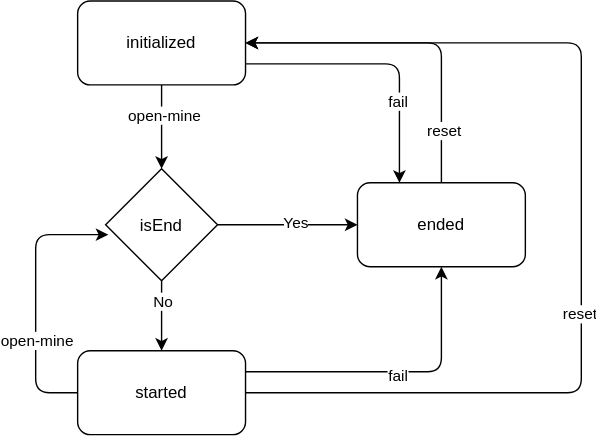
This is src/components/mine-field.statemacine.drawio.svg from kazumatu981/minesweeper, a draw.io export, as it was before one commit. Source tidied: cells renumbered, new cells last; positions are measured from the earlier drawing's top-left corner, leaving out a move shared by most shapes. Source of this version:
```xml
<mxGraphModel>
  <root>
    <mxCell id="0" />
    <mxCell id="1" parent="0" />
    <mxCell id="2" style="edgeStyle=none;html=1;entryX=1;entryY=0.5;entryDx=0;entryDy=0;" parent="1" edge="1" source="6" target="11">
      <mxGeometry relative="1" as="geometry">
        <Array as="points">
          <mxPoint x="390" y="280" />
          <mxPoint x="390" y="30" />
        </Array>
      </mxGeometry>
    </mxCell>
    <mxCell id="3" value="reset" style="edgeLabel;html=1;align=center;verticalAlign=middle;" parent="2" vertex="1">
      <mxGeometry x="-0.19" y="2" relative="1" as="geometry" />
    </mxCell>
    <mxCell id="4" style="edgeStyle=none;html=1;exitX=1;exitY=0.25;exitDx=0;exitDy=0;entryX=0.5;entryY=1;entryDx=0;entryDy=0;" parent="1" edge="1" source="6" target="14">
      <mxGeometry relative="1" as="geometry">
        <Array as="points">
          <mxPoint x="290" y="265" />
        </Array>
      </mxGeometry>
    </mxCell>
    <mxCell id="5" value="fail" style="edgeLabel;html=1;align=center;verticalAlign=middle;" parent="4" vertex="1">
      <mxGeometry y="-2" relative="1" as="geometry" />
    </mxCell>
    <mxCell id="6" value="started" style="rounded=1;whiteSpace=wrap;html=1;roundedPerimeter=1;" parent="1" vertex="1">
      <mxGeometry x="30" y="250" width="120" height="60" as="geometry" />
    </mxCell>
    <mxCell id="7" style="edgeStyle=none;html=1;entryX=0.5;entryY=0;entryDx=0;entryDy=0;" parent="1" edge="1" source="11" target="19">
      <mxGeometry relative="1" as="geometry" />
    </mxCell>
    <mxCell id="8" value="open-mine" style="edgeLabel;html=1;align=center;verticalAlign=middle;" parent="7" vertex="1">
      <mxGeometry x="-0.3" y="1" relative="1" as="geometry" />
    </mxCell>
    <mxCell id="9" style="edgeStyle=none;html=1;exitX=1;exitY=0.75;exitDx=0;exitDy=0;entryX=0.25;entryY=0;entryDx=0;entryDy=0;" parent="1" edge="1" source="11" target="14">
      <mxGeometry relative="1" as="geometry">
        <Array as="points">
          <mxPoint x="260" y="45" />
        </Array>
      </mxGeometry>
    </mxCell>
    <mxCell id="10" value="fail" style="edgeLabel;html=1;align=center;verticalAlign=middle;" parent="9" vertex="1">
      <mxGeometry x="0.39" y="-2" relative="1" as="geometry" />
    </mxCell>
    <mxCell id="11" value="initialized" style="rounded=1;whiteSpace=wrap;html=1;roundedPerimeter=1;" parent="1" vertex="1">
      <mxGeometry x="30" width="120" height="60" as="geometry" />
    </mxCell>
    <mxCell id="12" style="edgeStyle=none;html=1;entryX=1;entryY=0.5;entryDx=0;entryDy=0;" parent="1" edge="1" source="14" target="11">
      <mxGeometry relative="1" as="geometry">
        <Array as="points">
          <mxPoint x="290" y="30" />
        </Array>
      </mxGeometry>
    </mxCell>
    <mxCell id="13" value="reset" style="edgeLabel;html=1;align=center;verticalAlign=middle;" parent="12" vertex="1">
      <mxGeometry x="-0.68" y="-1" relative="1" as="geometry" />
    </mxCell>
    <mxCell id="14" value="ended" style="rounded=1;whiteSpace=wrap;html=1;roundedPerimeter=1;" parent="1" vertex="1">
      <mxGeometry x="230" y="130" width="120" height="60" as="geometry" />
    </mxCell>
    <mxCell id="15" style="edgeStyle=none;html=1;entryX=0.5;entryY=0;entryDx=0;entryDy=0;" parent="1" edge="1" source="19" target="6">
      <mxGeometry relative="1" as="geometry" />
    </mxCell>
    <mxCell id="16" value="No" style="edgeLabel;html=1;align=center;verticalAlign=middle;" parent="15" vertex="1">
      <mxGeometry x="-0.44" relative="1" as="geometry" />
    </mxCell>
    <mxCell id="17" style="edgeStyle=none;html=1;" parent="1" edge="1" source="19" target="14">
      <mxGeometry relative="1" as="geometry" />
    </mxCell>
    <mxCell id="18" value="Yes" style="edgeLabel;html=1;align=center;verticalAlign=middle;" parent="17" vertex="1">
      <mxGeometry x="0.1" y="2" relative="1" as="geometry" />
    </mxCell>
    <mxCell id="19" value="isEnd" style="rhombus;whiteSpace=wrap;html=1;shapeInside=1;" parent="1" vertex="1">
      <mxGeometry x="50" y="120" width="80" height="80" as="geometry" />
    </mxCell>
    <mxCell id="20" style="edgeStyle=none;html=1;entryX=0.025;entryY=0.588;entryDx=0;entryDy=0;entryPerimeter=0;" parent="1" edge="1" source="6" target="19">
      <mxGeometry relative="1" as="geometry">
        <Array as="points">
          <mxPoint y="280" />
          <mxPoint y="167" />
        </Array>
      </mxGeometry>
    </mxCell>
    <mxCell id="21" value="open-mine" style="edgeLabel;html=1;align=center;verticalAlign=middle;" parent="20" vertex="1">
      <mxGeometry x="-0.3" relative="1" as="geometry" />
    </mxCell>
  </root>
</mxGraphModel>
```
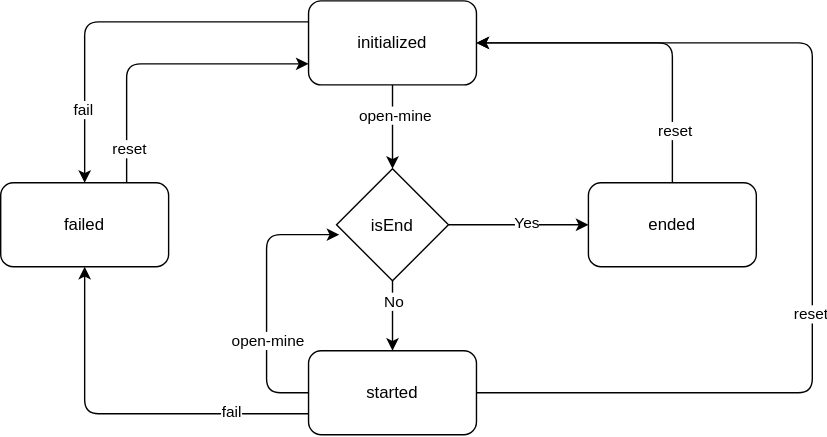
Later version of the same file.

What changed in the source:
```diff
@@ -13,15 +13,15 @@
     <mxCell id="3" value="reset" style="edgeLabel;html=1;align=center;verticalAlign=middle;" parent="2" vertex="1">
       <mxGeometry x="-0.19" y="2" relative="1" as="geometry" />
     </mxCell>
-    <mxCell id="4" style="edgeStyle=none;html=1;exitX=1;exitY=0.25;exitDx=0;exitDy=0;entryX=0.5;entryY=1;entryDx=0;entryDy=0;" parent="1" edge="1" source="6" target="14">
-      <mxGeometry relative="1" as="geometry">
+    <mxCell id="4" style="edgeStyle=none;html=1;exitX=0;exitY=0.75;exitDx=0;exitDy=0;" parent="1" edge="1" source="6" target="22">
+      <mxGeometry x="-0.58" relative="1" as="geometry">
         <Array as="points">
-          <mxPoint x="290" y="265" />
+          <mxPoint x="-130" y="295" />
         </Array>
       </mxGeometry>
     </mxCell>
     <mxCell id="5" value="fail" style="edgeLabel;html=1;align=center;verticalAlign=middle;" parent="4" vertex="1">
-      <mxGeometry y="-2" relative="1" as="geometry" />
+      <mxGeometry x="-0.58" y="-2" relative="1" as="geometry" />
     </mxCell>
     <mxCell id="6" value="started" style="rounded=1;whiteSpace=wrap;html=1;roundedPerimeter=1;" parent="1" vertex="1">
       <mxGeometry x="30" y="250" width="120" height="60" as="geometry" />
@@ -32,15 +32,15 @@
     <mxCell id="8" value="open-mine" style="edgeLabel;html=1;align=center;verticalAlign=middle;" parent="7" vertex="1">
       <mxGeometry x="-0.3" y="1" relative="1" as="geometry" />
     </mxCell>
-    <mxCell id="9" style="edgeStyle=none;html=1;exitX=1;exitY=0.75;exitDx=0;exitDy=0;entryX=0.25;entryY=0;entryDx=0;entryDy=0;" parent="1" edge="1" source="11" target="14">
-      <mxGeometry relative="1" as="geometry">
+    <mxCell id="9" style="edgeStyle=none;html=1;exitX=0;exitY=0.25;exitDx=0;exitDy=0;entryX=0.5;entryY=0;entryDx=0;entryDy=0;" parent="1" edge="1" source="11" target="22">
+      <mxGeometry x="-0.31" relative="1" as="geometry">
         <Array as="points">
-          <mxPoint x="260" y="45" />
+          <mxPoint x="-130" y="15" />
         </Array>
       </mxGeometry>
     </mxCell>
     <mxCell id="10" value="fail" style="edgeLabel;html=1;align=center;verticalAlign=middle;" parent="9" vertex="1">
-      <mxGeometry x="0.39" y="-2" relative="1" as="geometry" />
+      <mxGeometry x="0.61" y="-2" relative="1" as="geometry" />
     </mxCell>
     <mxCell id="11" value="initialized" style="rounded=1;whiteSpace=wrap;html=1;roundedPerimeter=1;" parent="1" vertex="1">
       <mxGeometry x="30" width="120" height="60" as="geometry" />
@@ -84,5 +84,18 @@
     <mxCell id="21" value="open-mine" style="edgeLabel;html=1;align=center;verticalAlign=middle;" parent="20" vertex="1">
       <mxGeometry x="-0.3" relative="1" as="geometry" />
     </mxCell>
+    <mxCell id="22" value="failed" style="rounded=1;whiteSpace=wrap;html=1;roundedPerimeter=1;" parent="1" vertex="1">
+      <mxGeometry x="-190" y="130" width="120" height="60" as="geometry" />
+    </mxCell>
+    <mxCell id="23" style="edgeStyle=none;html=1;entryX=0;entryY=0.75;entryDx=0;entryDy=0;exitX=0.75;exitY=0;exitDx=0;exitDy=0;" parent="1" edge="1" source="22" target="11">
+      <mxGeometry x="0.19" relative="1" as="geometry">
+        <Array as="points">
+          <mxPoint x="-100" y="45" />
+        </Array>
+      </mxGeometry>
+    </mxCell>
+    <mxCell id="24" value="reset" style="edgeLabel;html=1;align=center;verticalAlign=middle;" parent="23" vertex="1">
+      <mxGeometry x="-0.77" y="-1" relative="1" as="geometry" />
+    </mxCell>
   </root>
 </mxGraphModel>
```
